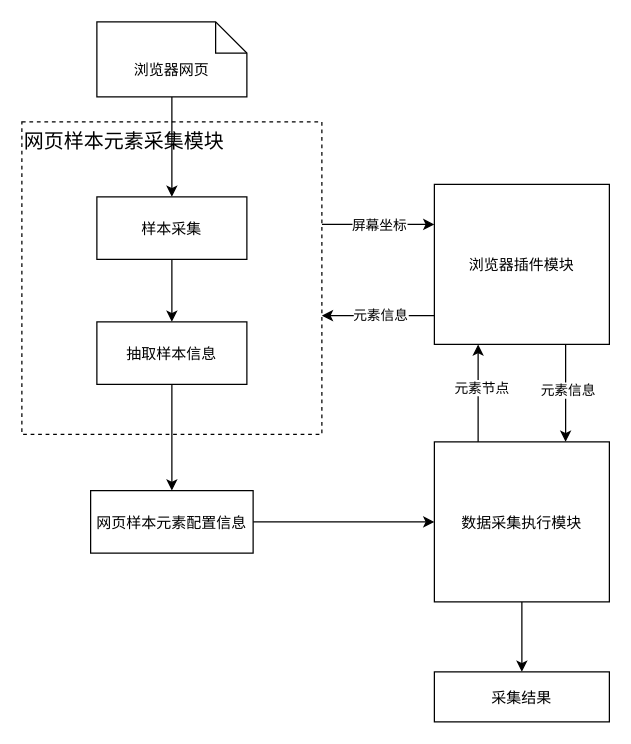
Above: 数据采集专利发明方案图一.drawio in ColonelDarcy2018/excelsior (draw.io), before the change. Source tidied: cells renumbered, new cells numbered last; positions are measured from the earlier drawing's top-left corner, leaving out a move shared by most shapes. Both pictures are drawn from the tidied source at 125%, with x=0, y=0 at pixel (21, 21).
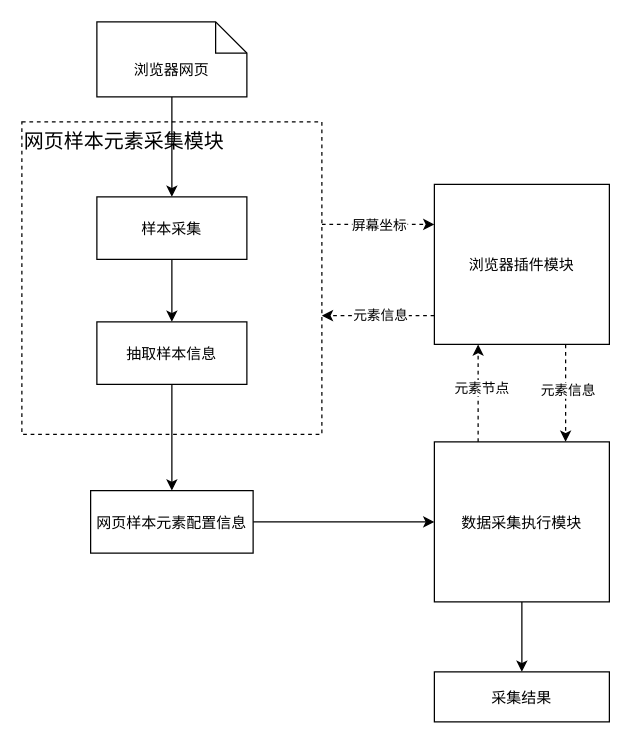
The same page after the edit.

Commit message:
更新数据采集专利发明方案图一.drawio

Unchanged cells that the change refers to:
```xml
<mxCell id="5" style="fontStyle=0;dashed=1;" parent="1" vertex="1">
  <mxGeometry y="80" width="240" height="250" as="geometry" />
</mxCell>
<mxCell id="14" value="浏览器插件模块" style="fontStyle=0;fontSize=12;" parent="1" vertex="1">
  <mxGeometry x="330" y="130" width="140" height="128" as="geometry" />
</mxCell>
<mxCell id="22" value="数据采集执行模块" style="fontStyle=0;fontSize=12;" parent="1" vertex="1">
  <mxGeometry x="330" y="336" width="140" height="128" as="geometry" />
</mxCell>
```

The edit, as a diff of the source:
```diff
@@
-    <mxCell id="3" style="edgeStyle=orthogonalEdgeStyle;rounded=0;jettySize=auto;html=1;entryX=0;entryY=0.25;entryDx=0;entryDy=0;" parent="1" edge="1" source="5" target="14">
+    <mxCell id="3" style="edgeStyle=orthogonalEdgeStyle;rounded=0;jettySize=auto;html=1;entryX=0;entryY=0.25;entryDx=0;entryDy=0;dashed=1;" parent="1" edge="1" source="5" target="14">
       <mxGeometry relative="1" as="geometry">
         <Array as="points">
           <mxPoint x="260" y="162" />
           <mxPoint x="260" y="162" />
         </Array>
       </mxGeometry>
     </mxCell>
@@
-    <mxCell id="10" style="edgeStyle=orthogonalEdgeStyle;rounded=0;jettySize=auto;html=1;" parent="1" edge="1" source="14">
+    <mxCell id="10" style="edgeStyle=orthogonalEdgeStyle;rounded=0;jettySize=auto;html=1;dashed=1;" parent="1" edge="1" source="14">
       <mxGeometry relative="1" as="geometry">
         <mxPoint x="240" y="235" as="targetPoint" />
         <Array as="points">
           <mxPoint x="240" y="235" />
         </Array>
       </mxGeometry>
     </mxCell>
@@
-    <mxCell id="12" style="edgeStyle=orthogonalEdgeStyle;rounded=0;jettySize=auto;html=1;entryX=0.75;entryY=0;entryDx=0;entryDy=0;" parent="1" edge="1" source="14" target="22">
+    <mxCell id="12" style="edgeStyle=orthogonalEdgeStyle;rounded=0;jettySize=auto;html=1;entryX=0.75;entryY=0;entryDx=0;entryDy=0;dashed=1;" parent="1" edge="1" source="14" target="22">
       <mxGeometry relative="1" as="geometry">
         <Array as="points">
           <mxPoint x="435" y="280" />
           <mxPoint x="435" y="280" />
         </Array>
       </mxGeometry>
     </mxCell>
@@
-    <mxCell id="19" style="edgeStyle=orthogonalEdgeStyle;rounded=0;jettySize=auto;html=1;entryX=0.25;entryY=1;entryDx=0;entryDy=0;" parent="1" edge="1" source="22" target="14">
+    <mxCell id="19" style="edgeStyle=orthogonalEdgeStyle;rounded=0;jettySize=auto;html=1;entryX=0.25;entryY=1;entryDx=0;entryDy=0;dashed=1;" parent="1" edge="1" source="22" target="14">
       <mxGeometry relative="1" as="geometry">
         <Array as="points">
           <mxPoint x="365" y="310" />
           <mxPoint x="365" y="310" />
         </Array>
       </mxGeometry>
     </mxCell>
```
